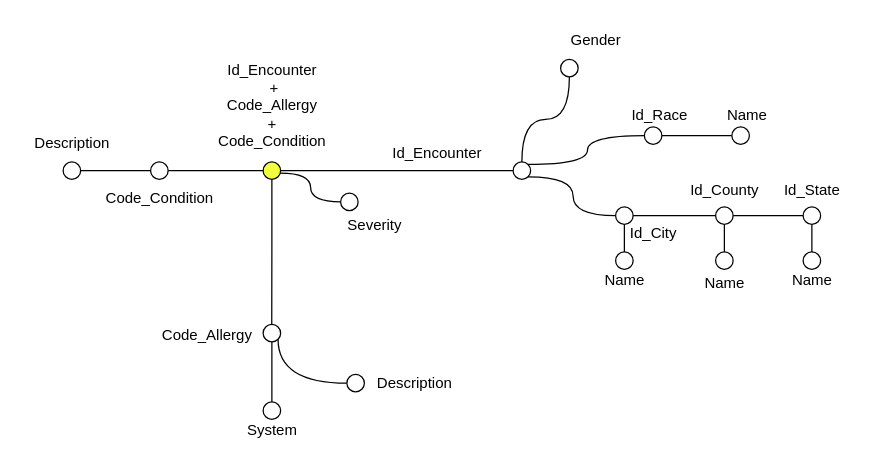
This is Alberi_Elaborated/Affected_By.drawio from MircoPerna99/BigDataManagement_Team, a draw.io file, before an edit. Source tidied: cells renumbered, new cells numbered last; positions are measured from the earlier drawing's top-left corner, leaving out a move shared by most shapes. Both pictures are drawn from the tidied source at 125%, with x=0, y=0 at pixel (21, 21).
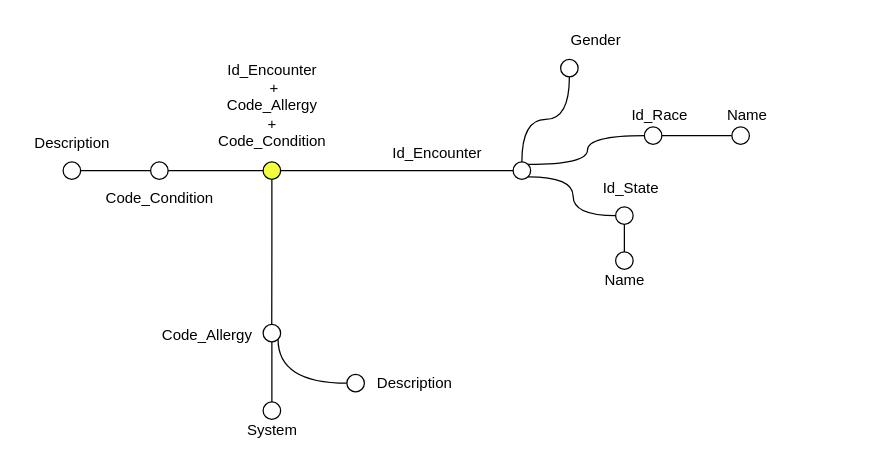
The same diagram, later.

Unchanged cells that the change refers to:
```xml
<mxCell id="4" style="ellipse;whiteSpace=wrap;html=1;fillColor=#F2FF3D;" parent="1" vertex="1">
  <mxGeometry x="193" y="112" width="14" height="14" as="geometry" />
</mxCell>
<mxCell id="24" style="ellipse;whiteSpace=wrap;html=1;fillColor=#FFFFFF;" parent="1" vertex="1">
  <mxGeometry x="475" y="148" width="14" height="14" as="geometry" />
</mxCell>
```

Change to the diagram source:
```diff
@@
-    <mxCell id="3" style="edgeStyle=orthogonalEdgeStyle;rounded=0;jettySize=auto;html=1;exitX=0.968;exitY=0.648;exitDx=0;exitDy=0;entryX=0;entryY=0.5;entryDx=0;entryDy=0;exitPerimeter=0;endArrow=none;startFill=0;curved=1;" parent="1" edge="1" source="4" target="47">
-      <mxGeometry relative="1" as="geometry" />
-    </mxCell>
@@
-    <mxCell id="13" style="edgeStyle=orthogonalEdgeStyle;rounded=0;jettySize=auto;html=1;exitX=0.5;exitY=1;exitDx=0;exitDy=0;entryX=0.496;entryY=-0.153;entryDx=0;entryDy=0;entryPerimeter=0;endArrow=none;startFill=0;" parent="1" edge="1" source="4">
-      <mxGeometry relative="1" as="geometry">
-        <mxPoint x="199.9" y="241.9" as="targetPoint" />
-      </mxGeometry>
-    </mxCell>
+    <mxCell id="52" style="edgeStyle=orthogonalEdgeStyle;rounded=0;jettySize=auto;html=1;exitX=0.5;exitY=1;exitDx=0;exitDy=0;entryX=0.496;entryY=-0.153;entryDx=0;entryDy=0;entryPerimeter=0;endArrow=none;startFill=0;" parent="1" edge="1" source="4">
+      <mxGeometry relative="1" as="geometry">
+        <mxPoint x="199.9" y="241.9" as="targetPoint" />
+      </mxGeometry>
+    </mxCell>
@@
-    <mxCell id="23" style="edgeStyle=orthogonalEdgeStyle;rounded=0;jettySize=auto;html=1;exitX=1;exitY=0.5;exitDx=0;exitDy=0;entryX=0;entryY=0.5;entryDx=0;entryDy=0;endArrow=none;startFill=0;" parent="1" edge="1" source="24" target="31">
-      <mxGeometry relative="1" as="geometry" />
-    </mxCell>
@@
-    <mxCell id="25" value="Id_City" style="text;html=1;align=center;verticalAlign=middle;strokeColor=none;fillColor=none;" parent="1" vertex="1">
-      <mxGeometry x="475" y="154" width="60" height="30" as="geometry" />
-    </mxCell>
@@
-    <mxCell id="29" style="edgeStyle=orthogonalEdgeStyle;rounded=0;jettySize=auto;html=1;exitX=0.5;exitY=1;exitDx=0;exitDy=0;entryX=0.5;entryY=0;entryDx=0;entryDy=0;endArrow=none;startFill=0;" parent="1" edge="1" source="31" target="33">
-      <mxGeometry relative="1" as="geometry" />
-    </mxCell>
-    <mxCell id="30" style="edgeStyle=orthogonalEdgeStyle;rounded=0;jettySize=auto;html=1;exitX=1;exitY=0.5;exitDx=0;exitDy=0;entryX=0;entryY=0.5;entryDx=0;entryDy=0;endArrow=none;startFill=0;" parent="1" edge="1" source="31" target="36">
-      <mxGeometry relative="1" as="geometry" />
-    </mxCell>
-    <mxCell id="31" style="ellipse;whiteSpace=wrap;html=1;fillColor=#FFFFFF;" parent="1" vertex="1">
-      <mxGeometry x="555" y="148" width="14" height="14" as="geometry" />
-    </mxCell>
-    <mxCell id="32" value="Id_County" style="text;html=1;align=center;verticalAlign=middle;strokeColor=none;fillColor=none;" parent="1" vertex="1">
-      <mxGeometry x="522" y="120" width="80" height="30" as="geometry" />
-    </mxCell>
-    <mxCell id="33" style="ellipse;whiteSpace=wrap;html=1;fillColor=#FFFFFF;" parent="1" vertex="1">
-      <mxGeometry x="555" y="184" width="14" height="14" as="geometry" />
-    </mxCell>
-    <mxCell id="34" value="Name" style="text;html=1;align=center;verticalAlign=middle;strokeColor=none;fillColor=none;" parent="1" vertex="1">
-      <mxGeometry x="532" y="194" width="60" height="30" as="geometry" />
-    </mxCell>
-    <mxCell id="35" style="edgeStyle=orthogonalEdgeStyle;rounded=0;jettySize=auto;html=1;exitX=0.5;exitY=1;exitDx=0;exitDy=0;entryX=0.5;entryY=0;entryDx=0;entryDy=0;endArrow=none;startFill=0;" parent="1" edge="1" source="36" target="38">
-      <mxGeometry relative="1" as="geometry" />
-    </mxCell>
-    <mxCell id="36" style="ellipse;whiteSpace=wrap;html=1;fillColor=#FFFFFF;" parent="1" vertex="1">
-      <mxGeometry x="625" y="148" width="14" height="14" as="geometry" />
-    </mxCell>
     <mxCell id="37" value="Id_State" style="text;html=1;align=center;verticalAlign=middle;strokeColor=none;fillColor=none;" parent="1" vertex="1">
-      <mxGeometry x="597" y="120" width="70" height="30" as="geometry" />
+      <mxGeometry x="452" y="118" width="70" height="30" as="geometry" />
     </mxCell>
-    <mxCell id="38" style="ellipse;whiteSpace=wrap;html=1;fillColor=#FFFFFF;" parent="1" vertex="1">
-      <mxGeometry x="625" y="184" width="14" height="14" as="geometry" />
-    </mxCell>
-    <mxCell id="39" value="Name" style="text;html=1;align=center;verticalAlign=middle;strokeColor=none;fillColor=none;" parent="1" vertex="1">
-      <mxGeometry x="602" y="192" width="60" height="30" as="geometry" />
-    </mxCell>
@@
-    <mxCell id="47" style="ellipse;whiteSpace=wrap;html=1;fillColor=#FFFFFF;" parent="1" vertex="1">
-      <mxGeometry x="255" y="137" width="14" height="14" as="geometry" />
-    </mxCell>
-    <mxCell id="48" value="Severity" style="text;html=1;align=center;verticalAlign=middle;strokeColor=none;fillColor=none;" parent="1" vertex="1">
-      <mxGeometry x="247" y="148" width="70" height="30" as="geometry" />
-    </mxCell>
```
